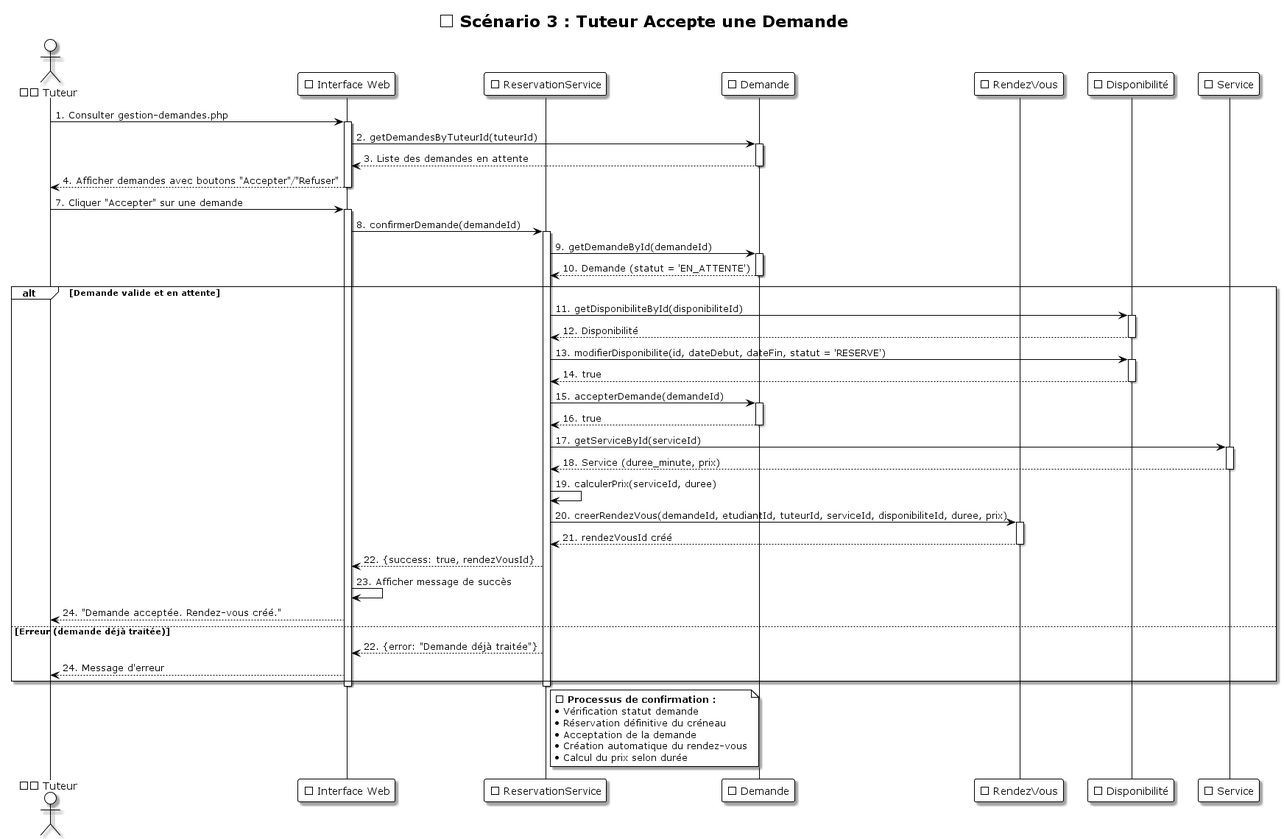
Above: UML/diagrammes_sequence/Sequence_03_Tuteur_Accepte_Demande.png in LLAbdul/LLAbdul-projet-tutoplus (PlantUML), before the change.
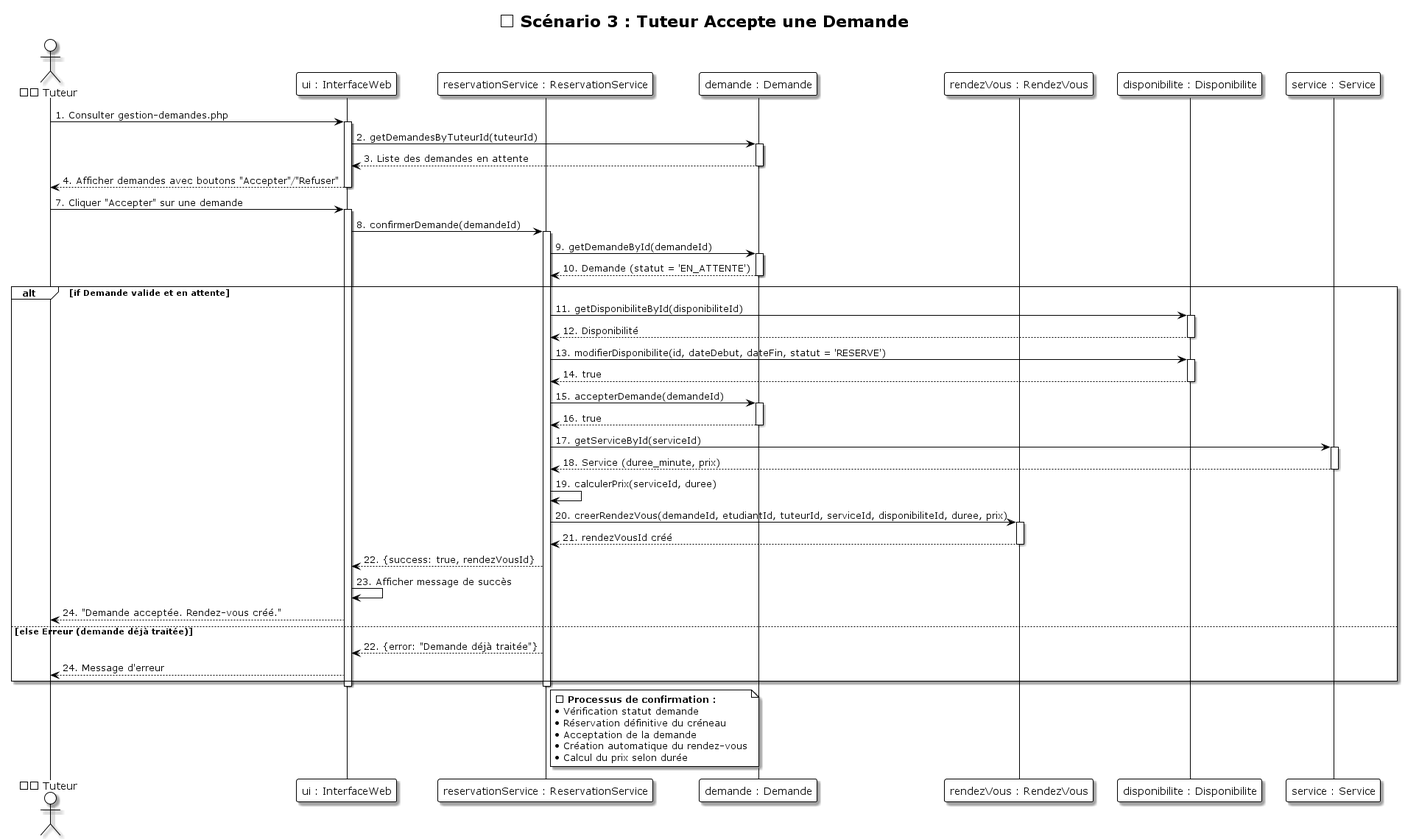
The same file after the commit.

Commit message:
update diagrame de sequence

Change to the diagram source:
```diff
@@ -6,12 +6,12 @@
 title ✅ Scénario 3 : Tuteur Accepte une Demande
 
 actor "👨‍🏫 Tuteur" as Tuteur
-participant "🌐 Interface Web" as UI
-participant "📅 ReservationService" as ReservationService
-participant "📝 Demande" as Demande
-participant "📋 RendezVous" as RendezVous
-participant "⏰ Disponibilité" as Disponibilite
-participant "📚 Service" as Service
+participant "ui : InterfaceWeb" as UI
+participant "reservationService : ReservationService" as ReservationService
+participant "demande : Demande" as Demande
+participant "rendezVous : RendezVous" as RendezVous
+participant "disponibilite : Disponibilite" as Disponibilite
+participant "service : Service" as Service
 
 Tuteur -> UI: 1. Consulter gestion-demandes.php
 activate UI
@@ -32,7 +32,7 @@
 Demande --> ReservationService: 10. Demande (statut = 'EN_ATTENTE')
 deactivate Demande
 
-alt Demande valide et en attente
+alt if Demande valide et en attente
     ReservationService -> Disponibilite: 11. getDisponibiliteById(disponibiliteId)
     activate Disponibilite
     Disponibilite --> ReservationService: 12. Disponibilité
@@ -63,7 +63,7 @@
     ReservationService --> UI: 22. {success: true, rendezVousId}
     UI -> UI: 23. Afficher message de succès
     UI --> Tuteur: 24. "Demande acceptée. Rendez-vous créé."
-else Erreur (demande déjà traitée)
+else else Erreur (demande déjà traitée)
     ReservationService --> UI: 22. {error: "Demande déjà traitée"}
     UI --> Tuteur: 24. Message d'erreur
 end
```
